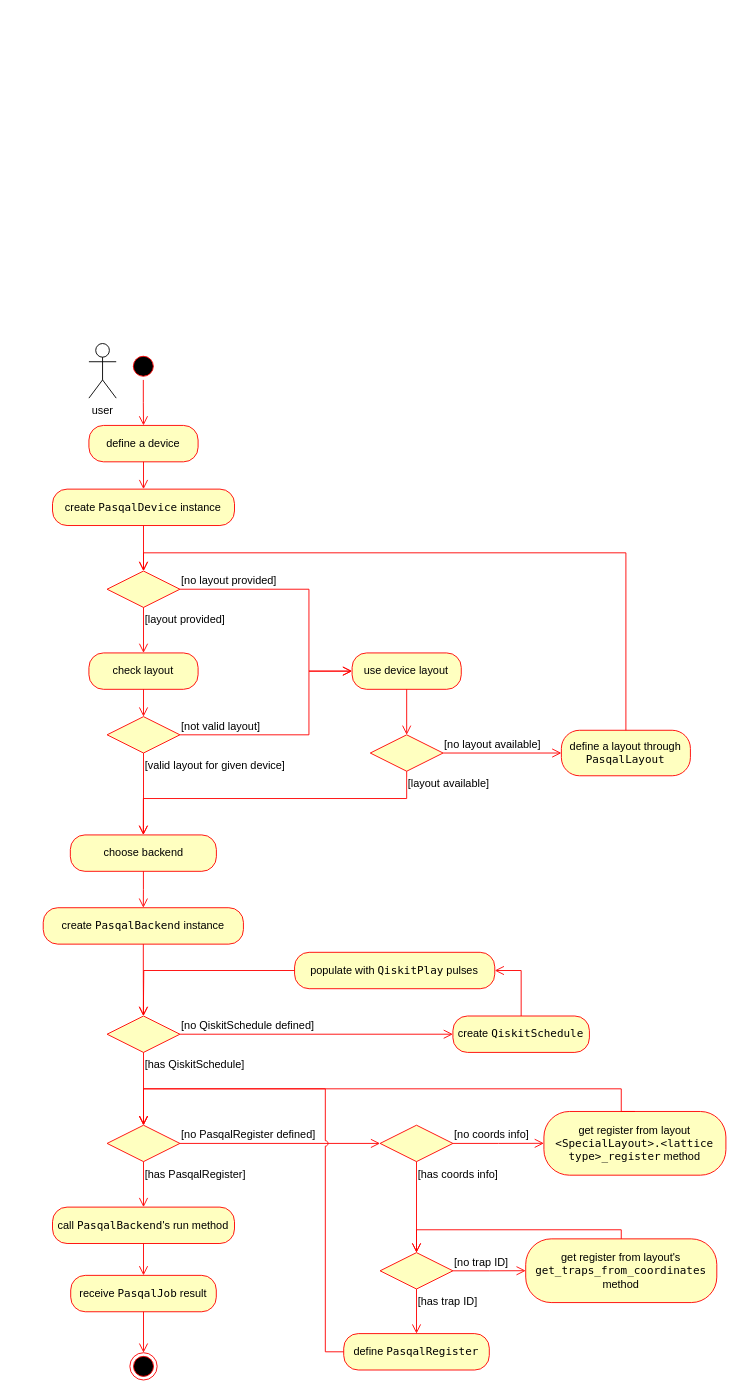
The draw.io diagram page "activity diagram" (3 of 3) of technical_diagrams/qiskit-pasqal-provider_diagrams.drawio in qiskit-community/qiskit-pasqal-provider, before the edit. Source tidied: cells renumbered, new cells numbered last; positions are measured from the earlier drawing's top-left corner, leaving out a move shared by most shapes. Both pictures are drawn from the tidied source at 91%, with x=0, y=0 at pixel (43, 343).
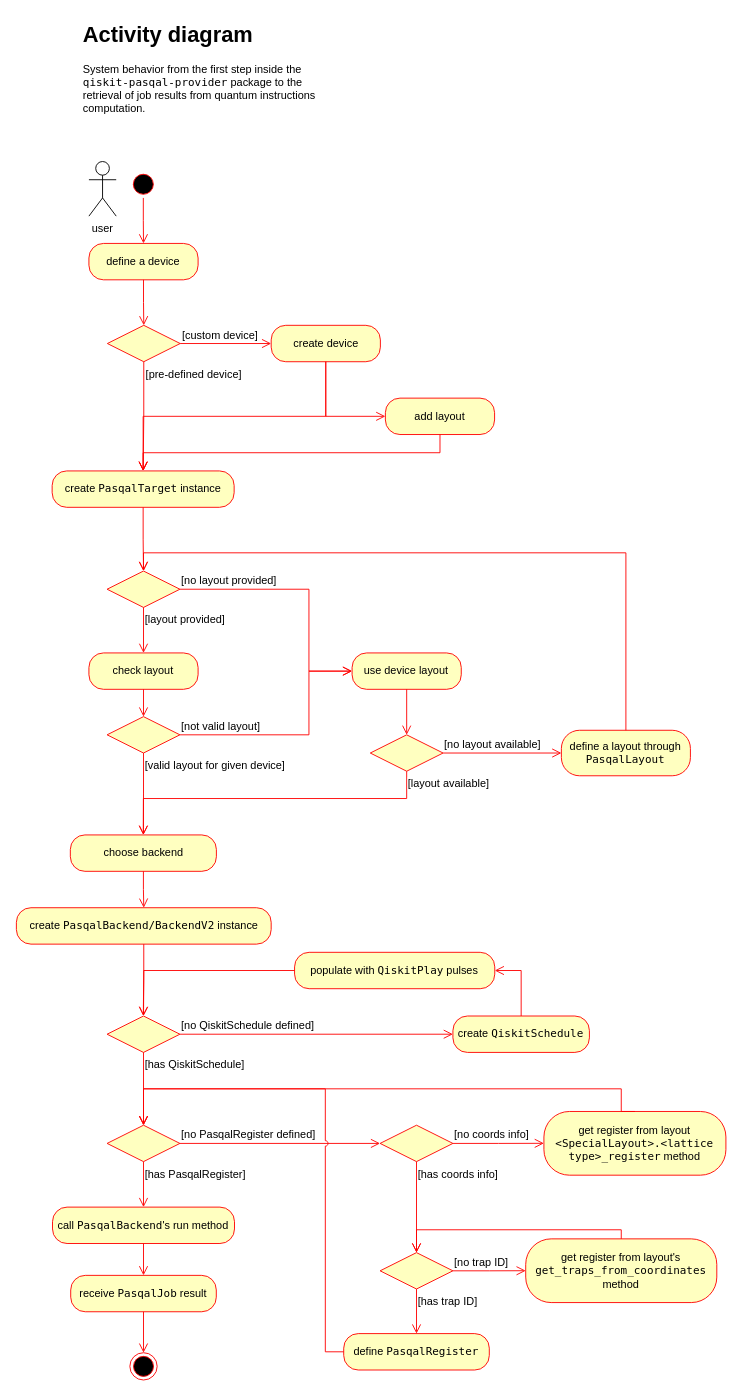
Above is the later version.

Change to the diagram source:
```diff
@@
     <mxCell id="2" value="user" style="shape=umlActor;verticalLabelPosition=bottom;verticalAlign=top;html=1;strokeColor=default;align=center;fontFamily=Helvetica;fontSize=12;fontColor=default;fontStyle=0;fillColor=default;" parent="1" vertex="1">
-      <mxGeometry x="50.2" width="30" height="60" as="geometry" />
+      <mxGeometry x="50.2" y="-200" width="30" height="60" as="geometry" />
     </mxCell>
     <mxCell id="3" style="ellipse;html=1;shape=startState;fillColor=#000000;strokeColor=#ff0000;align=center;verticalAlign=middle;fontFamily=Helvetica;fontSize=12;fontColor=default;fontStyle=0;" parent="1" vertex="1">
-      <mxGeometry x="95" y="10" width="30" height="30" as="geometry" />
+      <mxGeometry x="95" y="-190" width="30" height="30" as="geometry" />
     </mxCell>
@@
     <mxCell id="30" value="define a device" style="rounded=1;whiteSpace=wrap;html=1;arcSize=40;fontColor=#000000;fillColor=#ffffc0;strokeColor=#ff0000;align=center;verticalAlign=middle;fontFamily=Helvetica;fontSize=12;fontStyle=0;" parent="1" vertex="1">
-      <mxGeometry x="50.2" y="90" width="120" height="40" as="geometry" />
+      <mxGeometry x="50.2" y="-110" width="120" height="40" as="geometry" />
     </mxCell>
-    <mxCell id="31" style="edgeStyle=orthogonalEdgeStyle;html=1;verticalAlign=bottom;endArrow=open;endSize=8;strokeColor=#ff0000;rounded=0;fontFamily=Helvetica;fontSize=12;fontColor=default;fontStyle=0;entryX=0.5;entryY=0;entryDx=0;entryDy=0;" parent="1" edge="1" source="30" target="32">
+    <mxCell id="31" style="edgeStyle=orthogonalEdgeStyle;html=1;verticalAlign=bottom;endArrow=open;endSize=8;strokeColor=#ff0000;rounded=0;fontFamily=Helvetica;fontSize=12;fontColor=default;fontStyle=0;entryX=0.5;entryY=0;entryDx=0;entryDy=0;" parent="1" edge="1" source="30" target="55">
       <mxGeometry relative="1" as="geometry" />
     </mxCell>
-    <mxCell id="32" value="create &lt;font face=&quot;Menlo&quot;&gt;PasqalDevice&lt;/font&gt; instance" style="rounded=1;whiteSpace=wrap;html=1;arcSize=40;fontColor=#000000;fillColor=#ffffc0;strokeColor=#ff0000;align=center;verticalAlign=middle;fontFamily=Helvetica;fontSize=12;fontStyle=0;" parent="1" vertex="1">
-      <mxGeometry x="10.2" y="160" width="200" height="40" as="geometry" />
+    <mxCell id="32" value="create &lt;font face=&quot;Menlo&quot;&gt;PasqalTarget&lt;/font&gt; instance" style="rounded=1;whiteSpace=wrap;html=1;arcSize=40;fontColor=#000000;fillColor=#ffffc0;strokeColor=#ff0000;align=center;verticalAlign=middle;fontFamily=Helvetica;fontSize=12;fontStyle=0;" parent="1" vertex="1">
+      <mxGeometry x="9.8" y="140" width="200" height="40" as="geometry" />
     </mxCell>
@@
-    <mxCell id="52" value="create &lt;font face=&quot;Menlo&quot;&gt;PasqalBackend&lt;/font&gt; instance" style="rounded=1;whiteSpace=wrap;html=1;arcSize=40;fontColor=#000000;fillColor=#ffffc0;strokeColor=#ff0000;align=center;verticalAlign=middle;fontFamily=Helvetica;fontSize=12;fontStyle=0;" parent="1" vertex="1">
-      <mxGeometry y="620" width="220" height="40" as="geometry" />
+    <mxCell id="52" value="create &lt;font face=&quot;Menlo&quot;&gt;PasqalBackend/BackendV2&lt;/font&gt; instance" style="rounded=1;whiteSpace=wrap;html=1;arcSize=40;fontColor=#000000;fillColor=#ffffc0;strokeColor=#ff0000;align=center;verticalAlign=middle;fontFamily=Helvetica;fontSize=12;fontStyle=0;" parent="1" vertex="1">
+      <mxGeometry x="-29.5" y="620" width="280" height="40" as="geometry" />
     </mxCell>
@@
+    <mxCell id="55" style="rhombus;whiteSpace=wrap;html=1;fontColor=#000000;fillColor=#ffffc0;strokeColor=#ff0000;align=center;verticalAlign=middle;fontFamily=Helvetica;fontSize=12;fontStyle=0;" parent="1" vertex="1">
+      <mxGeometry x="70.5" y="-20" width="80" height="40" as="geometry" />
+    </mxCell>
+    <mxCell id="56" value="[custom device]" style="edgeStyle=orthogonalEdgeStyle;html=1;align=left;verticalAlign=bottom;endArrow=open;endSize=8;strokeColor=#ff0000;rounded=0;fontFamily=Helvetica;fontSize=12;fontColor=default;fontStyle=0;entryX=0;entryY=0.5;entryDx=0;entryDy=0;" parent="1" edge="1" source="55" target="58">
+      <mxGeometry x="-1" relative="1" as="geometry" />
+    </mxCell>
+    <mxCell id="57" value="[pre-defined device]" style="edgeStyle=orthogonalEdgeStyle;html=1;align=left;verticalAlign=top;endArrow=open;endSize=8;strokeColor=#ff0000;rounded=0;fontFamily=Helvetica;fontSize=12;fontColor=default;fontStyle=0;entryX=0.5;entryY=0;entryDx=0;entryDy=0;" parent="1" edge="1" source="55" target="32">
+      <mxGeometry x="-1" relative="1" as="geometry" />
+    </mxCell>
+    <mxCell id="58" value="create device" style="rounded=1;whiteSpace=wrap;html=1;arcSize=40;fontColor=#000000;fillColor=#ffffc0;strokeColor=#ff0000;align=center;verticalAlign=middle;fontFamily=Helvetica;fontSize=12;fontStyle=0;" parent="1" vertex="1">
+      <mxGeometry x="250.5" y="-20" width="120" height="40" as="geometry" />
+    </mxCell>
+    <mxCell id="59" style="edgeStyle=orthogonalEdgeStyle;html=1;verticalAlign=bottom;endArrow=open;endSize=8;strokeColor=#ff0000;rounded=0;fontFamily=Helvetica;fontSize=12;fontColor=default;fontStyle=0;entryX=0.5;entryY=0;entryDx=0;entryDy=0;exitX=0.5;exitY=1;exitDx=0;exitDy=0;" parent="1" edge="1" source="58" target="32">
+      <mxGeometry relative="1" as="geometry" />
+    </mxCell>
+    <mxCell id="60" value="add layout" style="rounded=1;whiteSpace=wrap;html=1;arcSize=40;fontColor=#000000;fillColor=#ffffc0;strokeColor=#ff0000;align=center;verticalAlign=middle;fontFamily=Helvetica;fontSize=12;fontStyle=0;" parent="1" vertex="1">
+      <mxGeometry x="376" y="60" width="120" height="40" as="geometry" />
+    </mxCell>
+    <mxCell id="61" style="edgeStyle=orthogonalEdgeStyle;html=1;verticalAlign=bottom;endArrow=open;endSize=8;strokeColor=#ff0000;rounded=0;fontFamily=Helvetica;fontSize=12;fontColor=default;fontStyle=0;entryX=0.5;entryY=0;entryDx=0;entryDy=0;exitX=0.5;exitY=1;exitDx=0;exitDy=0;" parent="1" edge="1" source="60" target="32">
+      <mxGeometry relative="1" as="geometry" />
+    </mxCell>
+    <mxCell id="62" style="edgeStyle=orthogonalEdgeStyle;html=1;verticalAlign=bottom;endArrow=open;endSize=8;strokeColor=#ff0000;rounded=0;fontFamily=Helvetica;fontSize=12;fontColor=default;fontStyle=0;exitX=0.5;exitY=1;exitDx=0;exitDy=0;entryX=0;entryY=0.5;entryDx=0;entryDy=0;" parent="1" edge="1" source="58" target="60">
+      <mxGeometry relative="1" as="geometry" />
+    </mxCell>
+    <mxCell id="63" value="&lt;h1 style=&quot;margin-top: 0px;&quot;&gt;Activity diagram&lt;/h1&gt;&lt;p&gt;System behavior from the first step inside the &lt;font face=&quot;Menlo&quot;&gt;qiskit-pasqal-provider&lt;/font&gt; package to the retrieval of job results from quantum instructions computation.&lt;/p&gt;" style="text;html=1;whiteSpace=wrap;overflow=hidden;rounded=0;fontFamily=Helvetica;fontSize=12;fontColor=default;fontStyle=0;" parent="1" vertex="1">
+      <mxGeometry x="42" y="-360" width="260" height="140" as="geometry" />
+    </mxCell>
```
